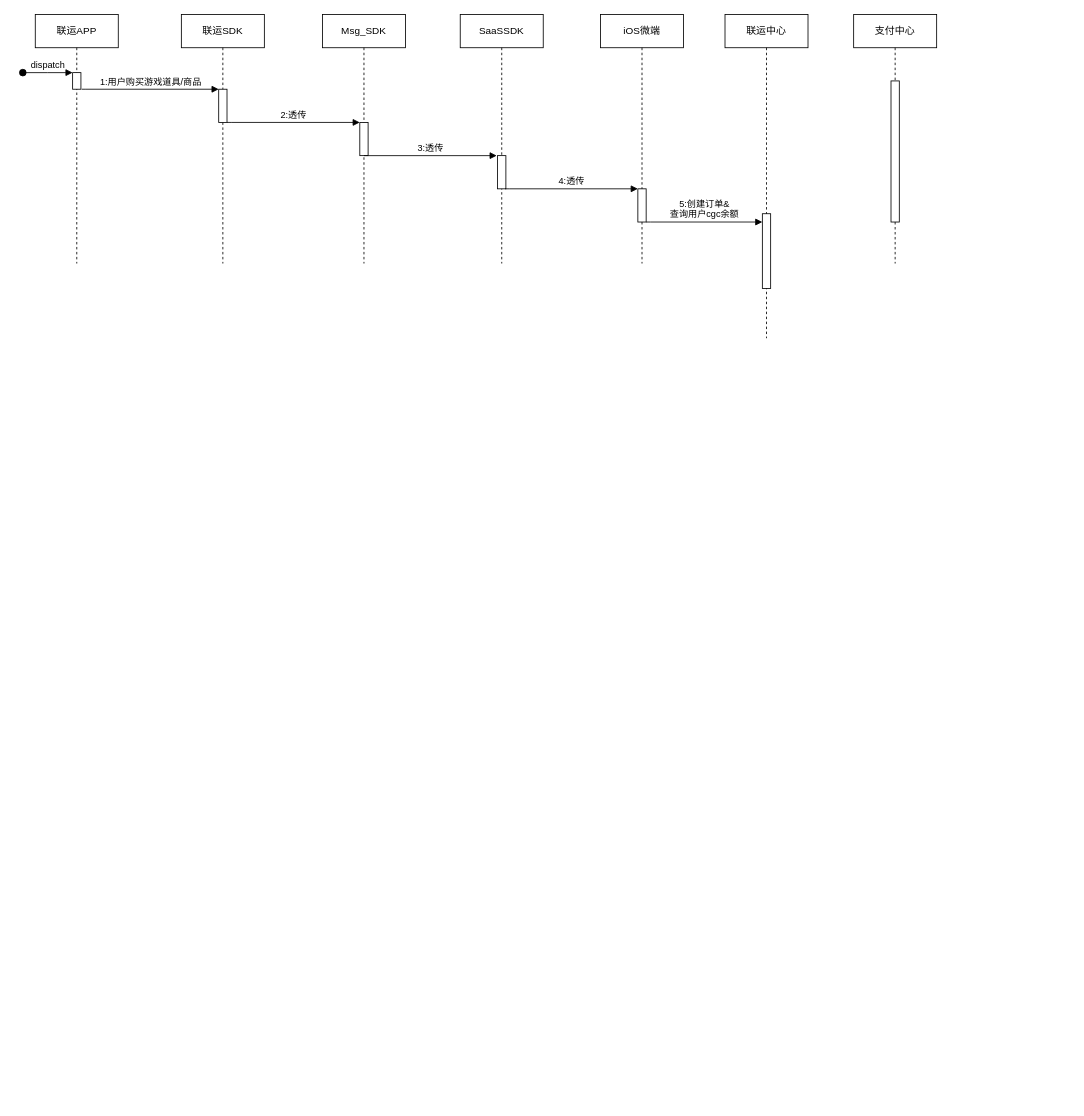
The draw.io diagram page "Page-1" (1 of 2) of 联运中心CGC支付方式.drawio in Garygu0519/drawideas, before the edit. Source tidied: cells renumbered, new cells numbered last; positions are measured from the earlier drawing's top-left corner, leaving out a move shared by most shapes. Both pictures are drawn from the tidied source at 83%, with x=0, y=0 at pixel (22, 14).
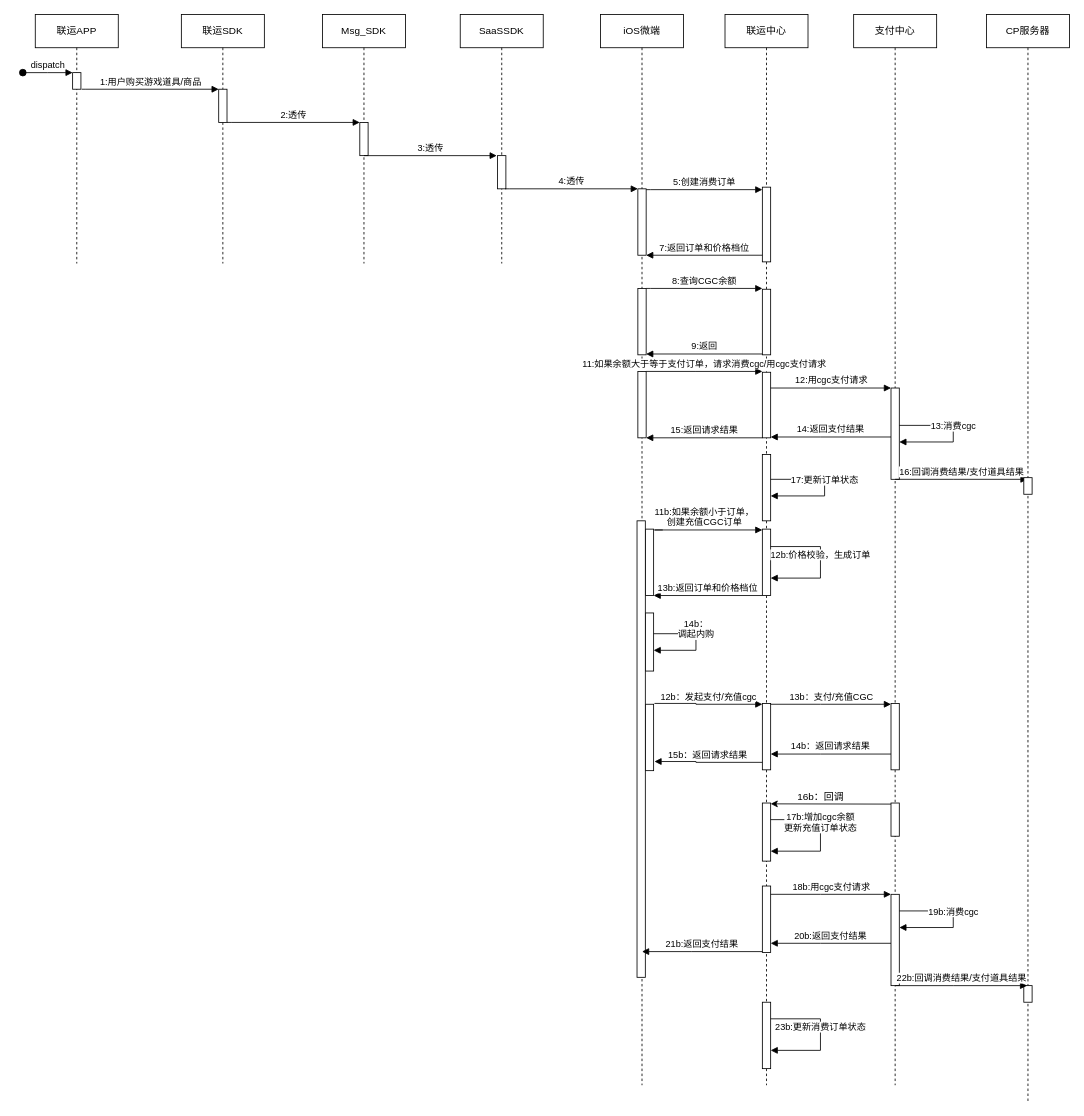
The same diagram, later.

Commit message:
更新联运中心CGC支付方式.drawio

Change to the diagram source:
```diff
@@
     <mxCell id="11" value="iOS微端" style="shape=umlLifeline;perimeter=lifelinePerimeter;whiteSpace=wrap;html=1;newEdgeStyle={&quot;edgeStyle&quot;:&quot;elbowEdgeStyle&quot;,&quot;elbow&quot;:&quot;vertical&quot;,&quot;curved&quot;:0,&quot;rounded&quot;:0};" parent="1" vertex="1">
-      <mxGeometry x="696" width="100" height="300" as="geometry" />
+      <mxGeometry x="696" width="100" height="1290" as="geometry" />
     </mxCell>
     <mxCell id="12" style="html=1;perimeter=orthogonalPerimeter;targetShapes=umlLifeline;newEdgeStyle={&quot;edgeStyle&quot;:&quot;elbowEdgeStyle&quot;,&quot;elbow&quot;:&quot;vertical&quot;,&quot;curved&quot;:0,&quot;rounded&quot;:0};" parent="11" vertex="1">
-      <mxGeometry x="45" y="210" width="10" height="40" as="geometry" />
+      <mxGeometry x="45" y="210" width="10" height="80" as="geometry" />
     </mxCell>
+    <mxCell id="22" style="html=1;perimeter=orthogonalPerimeter;targetShapes=umlLifeline;newEdgeStyle={&quot;edgeStyle&quot;:&quot;elbowEdgeStyle&quot;,&quot;elbow&quot;:&quot;vertical&quot;,&quot;curved&quot;:0,&quot;rounded&quot;:0};" parent="11" vertex="1">
+      <mxGeometry x="45" y="330" width="10" height="80" as="geometry" />
+    </mxCell>
+    <mxCell id="23" style="html=1;points=[];perimeter=orthogonalPerimeter;outlineConnect=0;targetShapes=umlLifeline;portConstraint=eastwest;newEdgeStyle={&quot;edgeStyle&quot;:&quot;elbowEdgeStyle&quot;,&quot;elbow&quot;:&quot;vertical&quot;,&quot;curved&quot;:0,&quot;rounded&quot;:0};" parent="11" vertex="1">
+      <mxGeometry x="45" y="430" width="10" height="80" as="geometry" />
+    </mxCell>
+    <mxCell id="24" style="html=1;points=[];perimeter=orthogonalPerimeter;outlineConnect=0;targetShapes=umlLifeline;portConstraint=eastwest;newEdgeStyle={&quot;edgeStyle&quot;:&quot;elbowEdgeStyle&quot;,&quot;elbow&quot;:&quot;vertical&quot;,&quot;curved&quot;:0,&quot;rounded&quot;:0};" parent="11" vertex="1">
+      <mxGeometry x="54" y="721" width="10" height="70" as="geometry" />
+    </mxCell>
+    <mxCell id="25" value="14b：&lt;div&gt;调起内购&lt;/div&gt;" style="html=1;verticalAlign=bottom;endArrow=block;edgeStyle=elbowEdgeStyle;elbow=horizontal;curved=0;rounded=0;" parent="11" edge="1" source="24" target="24">
+      <mxGeometry relative="1" as="geometry">
+        <Array as="points">
+          <mxPoint x="115" y="761" />
+        </Array>
+      </mxGeometry>
+    </mxCell>
+    <mxCell id="26" style="html=1;perimeter=orthogonalPerimeter;targetShapes=umlLifeline;newEdgeStyle={&quot;edgeStyle&quot;:&quot;elbowEdgeStyle&quot;,&quot;elbow&quot;:&quot;vertical&quot;,&quot;curved&quot;:0,&quot;rounded&quot;:0};" parent="11" vertex="1">
+      <mxGeometry x="54" y="831" width="10" height="80" as="geometry" />
+    </mxCell>
+    <mxCell id="27" style="html=1;points=[];perimeter=orthogonalPerimeter;outlineConnect=0;targetShapes=umlLifeline;portConstraint=eastwest;newEdgeStyle={&quot;edgeStyle&quot;:&quot;elbowEdgeStyle&quot;,&quot;elbow&quot;:&quot;vertical&quot;,&quot;curved&quot;:0,&quot;rounded&quot;:0};" parent="11" vertex="1">
+      <mxGeometry x="54" y="620" width="10" height="80" as="geometry" />
+    </mxCell>
+    <mxCell id="28" value="11b:如果余额小于订单，&lt;div&gt;创建充值CGC订单&lt;/div&gt;" style="html=1;verticalAlign=bottom;endArrow=block;edgeStyle=elbowEdgeStyle;elbow=horizontal;curved=0;rounded=0;" parent="11" edge="1">
+      <mxGeometry relative="1" as="geometry">
+        <mxPoint x="75" y="621" as="sourcePoint" />
+        <mxPoint x="195" y="621" as="targetPoint" />
+        <Array as="points">
+          <mxPoint x="65" y="621" />
+        </Array>
+      </mxGeometry>
+    </mxCell>
+    <mxCell id="29" value="13b:返回订单和价格档位" style="html=1;verticalAlign=bottom;endArrow=block;edgeStyle=elbowEdgeStyle;elbow=horizontal;curved=0;rounded=0;" parent="11" edge="1" target="27">
+      <mxGeometry relative="1" as="geometry">
+        <mxPoint x="195" y="700" as="sourcePoint" />
+        <Array as="points">
+          <mxPoint x="195" y="700" />
+        </Array>
+      </mxGeometry>
+    </mxCell>
+    <mxCell id="30" style="html=1;perimeter=orthogonalPerimeter;targetShapes=umlLifeline;newEdgeStyle={&quot;edgeStyle&quot;:&quot;elbowEdgeStyle&quot;,&quot;elbow&quot;:&quot;vertical&quot;,&quot;curved&quot;:0,&quot;rounded&quot;:0};" parent="11" vertex="1">
+      <mxGeometry x="44" y="610" width="10" height="550" as="geometry" />
+    </mxCell>
     <mxCell id="13" value="联运中心" style="shape=umlLifeline;perimeter=lifelinePerimeter;whiteSpace=wrap;html=1;newEdgeStyle={&quot;edgeStyle&quot;:&quot;elbowEdgeStyle&quot;,&quot;elbow&quot;:&quot;vertical&quot;,&quot;curved&quot;:0,&quot;rounded&quot;:0};" parent="1" vertex="1">
-      <mxGeometry x="846" width="100" height="390" as="geometry" />
+      <mxGeometry x="846" width="100" height="1290" as="geometry" />
     </mxCell>
-    <mxCell id="14" style="html=1;points=[];perimeter=orthogonalPerimeter;outlineConnect=0;targetShapes=umlLifeline;portConstraint=eastwest;newEdgeStyle={&quot;edgeStyle&quot;:&quot;elbowEdgeStyle&quot;,&quot;elbow&quot;:&quot;vertical&quot;,&quot;curved&quot;:0,&quot;rounded&quot;:0};" parent="13" vertex="1">
-      <mxGeometry x="45" y="240" width="10" height="90" as="geometry" />
-    </mxCell>
+    <mxCell id="31" style="html=1;perimeter=orthogonalPerimeter;targetShapes=umlLifeline;newEdgeStyle={&quot;edgeStyle&quot;:&quot;elbowEdgeStyle&quot;,&quot;elbow&quot;:&quot;vertical&quot;,&quot;curved&quot;:0,&quot;rounded&quot;:0};" parent="13" vertex="1">
+      <mxGeometry x="45" y="331" width="10" height="79" as="geometry" />
+    </mxCell>
+    <mxCell id="32" style="html=1;points=[];perimeter=orthogonalPerimeter;outlineConnect=0;targetShapes=umlLifeline;portConstraint=eastwest;newEdgeStyle={&quot;edgeStyle&quot;:&quot;elbowEdgeStyle&quot;,&quot;elbow&quot;:&quot;vertical&quot;,&quot;curved&quot;:0,&quot;rounded&quot;:0};" parent="13" vertex="1">
+      <mxGeometry x="45" y="431" width="10" height="79" as="geometry" />
+    </mxCell>
+    <mxCell id="33" style="html=1;points=[];perimeter=orthogonalPerimeter;outlineConnect=0;targetShapes=umlLifeline;portConstraint=eastwest;newEdgeStyle={&quot;edgeStyle&quot;:&quot;elbowEdgeStyle&quot;,&quot;elbow&quot;:&quot;vertical&quot;,&quot;curved&quot;:0,&quot;rounded&quot;:0};" parent="13" vertex="1">
+      <mxGeometry x="45" y="530" width="10" height="80" as="geometry" />
+    </mxCell>
+    <mxCell id="34" value="17:更新订单状态" style="html=1;verticalAlign=bottom;endArrow=block;edgeStyle=elbowEdgeStyle;elbow=horizontal;curved=0;rounded=0;" parent="13" edge="1" source="33" target="33">
+      <mxGeometry relative="1" as="geometry">
+        <Array as="points">
+          <mxPoint x="120" y="563" />
+        </Array>
+      </mxGeometry>
+    </mxCell>
+    <mxCell id="35" style="html=1;perimeter=orthogonalPerimeter;targetShapes=umlLifeline;newEdgeStyle={&quot;edgeStyle&quot;:&quot;elbowEdgeStyle&quot;,&quot;elbow&quot;:&quot;vertical&quot;,&quot;curved&quot;:0,&quot;rounded&quot;:0};" parent="13" vertex="1">
+      <mxGeometry x="45" y="830" width="10" height="80" as="geometry" />
+    </mxCell>
+    <mxCell id="36" style="html=1;perimeter=orthogonalPerimeter;targetShapes=umlLifeline;newEdgeStyle={&quot;edgeStyle&quot;:&quot;elbowEdgeStyle&quot;,&quot;elbow&quot;:&quot;vertical&quot;,&quot;curved&quot;:0,&quot;rounded&quot;:0};" parent="13" vertex="1">
+      <mxGeometry x="45" y="950" width="10" height="70" as="geometry" />
+    </mxCell>
+    <mxCell id="37" style="html=1;perimeter=orthogonalPerimeter;targetShapes=umlLifeline;newEdgeStyle={&quot;edgeStyle&quot;:&quot;elbowEdgeStyle&quot;,&quot;elbow&quot;:&quot;vertical&quot;,&quot;curved&quot;:0,&quot;rounded&quot;:0};" parent="13" vertex="1">
+      <mxGeometry x="45" y="208" width="10" height="90" as="geometry" />
+    </mxCell>
+    <mxCell id="38" style="html=1;perimeter=orthogonalPerimeter;targetShapes=umlLifeline;newEdgeStyle={&quot;edgeStyle&quot;:&quot;elbowEdgeStyle&quot;,&quot;elbow&quot;:&quot;vertical&quot;,&quot;curved&quot;:0,&quot;rounded&quot;:0};" parent="13" vertex="1">
+      <mxGeometry x="45" y="1050" width="10" height="80" as="geometry" />
+    </mxCell>
+    <mxCell id="39" style="html=1;perimeter=orthogonalPerimeter;targetShapes=umlLifeline;newEdgeStyle={&quot;edgeStyle&quot;:&quot;elbowEdgeStyle&quot;,&quot;elbow&quot;:&quot;vertical&quot;,&quot;curved&quot;:0,&quot;rounded&quot;:0};" parent="13" vertex="1">
+      <mxGeometry x="45" y="1190" width="10" height="80" as="geometry" />
+    </mxCell>
     <mxCell id="15" value="支付中心" style="shape=umlLifeline;perimeter=lifelinePerimeter;whiteSpace=wrap;html=1;newEdgeStyle={&quot;edgeStyle&quot;:&quot;elbowEdgeStyle&quot;,&quot;elbow&quot;:&quot;vertical&quot;,&quot;curved&quot;:0,&quot;rounded&quot;:0};" parent="1" vertex="1">
-      <mxGeometry x="1001" width="100" height="300" as="geometry" />
+      <mxGeometry x="1001" width="100" height="1290" as="geometry" />
     </mxCell>
     <mxCell id="16" style="html=1;points=[];perimeter=orthogonalPerimeter;outlineConnect=0;targetShapes=umlLifeline;portConstraint=eastwest;newEdgeStyle={&quot;edgeStyle&quot;:&quot;elbowEdgeStyle&quot;,&quot;elbow&quot;:&quot;vertical&quot;,&quot;curved&quot;:0,&quot;rounded&quot;:0};" parent="15" vertex="1">
-      <mxGeometry x="45" y="80" width="10" height="170" as="geometry" />
+      <mxGeometry x="45" y="450" width="10" height="110" as="geometry" />
     </mxCell>
+    <mxCell id="40" value="13:消费cgc" style="html=1;verticalAlign=bottom;endArrow=block;edgeStyle=elbowEdgeStyle;elbow=horizontal;curved=0;rounded=0;" parent="15" edge="1" source="16" target="16">
+      <mxGeometry relative="1" as="geometry">
+        <Array as="points">
+          <mxPoint x="120" y="498" />
+        </Array>
+      </mxGeometry>
+    </mxCell>
+    <mxCell id="41" style="html=1;perimeter=orthogonalPerimeter;targetShapes=umlLifeline;newEdgeStyle={&quot;edgeStyle&quot;:&quot;elbowEdgeStyle&quot;,&quot;elbow&quot;:&quot;vertical&quot;,&quot;curved&quot;:0,&quot;rounded&quot;:0};" parent="15" vertex="1">
+      <mxGeometry x="45" y="830" width="10" height="80" as="geometry" />
+    </mxCell>
+    <mxCell id="42" style="html=1;perimeter=orthogonalPerimeter;targetShapes=umlLifeline;newEdgeStyle={&quot;edgeStyle&quot;:&quot;elbowEdgeStyle&quot;,&quot;elbow&quot;:&quot;vertical&quot;,&quot;curved&quot;:0,&quot;rounded&quot;:0};" parent="15" vertex="1">
+      <mxGeometry x="45" y="950" width="10" height="40" as="geometry" />
+    </mxCell>
@@
-    <mxCell id="21" value="5:创建订单&amp;amp;&lt;div&gt;查询用户cgc余额&lt;/div&gt;" style="html=1;verticalAlign=bottom;endArrow=block;edgeStyle=elbowEdgeStyle;elbow=horizontal;curved=0;rounded=0;" parent="1" edge="1">
+    <mxCell id="21" value="5:创建消费订单" style="html=1;verticalAlign=bottom;endArrow=block;edgeStyle=elbowEdgeStyle;elbow=horizontal;curved=0;rounded=0;" parent="1" edge="1">
       <mxGeometry relative="1" as="geometry">
-        <mxPoint x="751" y="250" as="sourcePoint" />
-        <mxPoint x="891" y="250" as="targetPoint" />
+        <mxPoint x="751" y="211" as="sourcePoint" />
+        <mxPoint x="891" y="211" as="targetPoint" />
         <Array as="points">
-          <mxPoint x="756" y="250" />
+          <mxPoint x="756" y="211" />
         </Array>
       </mxGeometry>
     </mxCell>
+    <mxCell id="43" value="7:返回订单和价格档位" style="html=1;verticalAlign=bottom;endArrow=block;edgeStyle=elbowEdgeStyle;elbow=horizontal;curved=0;rounded=0;" parent="1" edge="1">
+      <mxGeometry relative="1" as="geometry">
+        <mxPoint x="891" y="290" as="sourcePoint" />
+        <mxPoint x="751" y="290" as="targetPoint" />
+        <Array as="points">
+          <mxPoint x="891" y="290" />
+        </Array>
+      </mxGeometry>
+    </mxCell>
+    <mxCell id="44" value="8:查询CGC余额" style="html=1;verticalAlign=bottom;endArrow=block;edgeStyle=elbowEdgeStyle;elbow=horizontal;curved=0;rounded=0;" parent="1" edge="1">
+      <mxGeometry relative="1" as="geometry">
+        <mxPoint x="751" y="330" as="sourcePoint" />
+        <mxPoint x="891" y="330" as="targetPoint" />
+        <Array as="points">
+          <mxPoint x="756" y="330" />
+        </Array>
+      </mxGeometry>
+    </mxCell>
+    <mxCell id="45" value="9:返回" style="html=1;verticalAlign=bottom;endArrow=block;edgeStyle=elbowEdgeStyle;elbow=horizontal;curved=0;rounded=0;" parent="1" edge="1">
+      <mxGeometry relative="1" as="geometry">
+        <mxPoint x="891" y="409" as="sourcePoint" />
+        <mxPoint x="751" y="409" as="targetPoint" />
+        <Array as="points">
+          <mxPoint x="756" y="409" />
+        </Array>
+      </mxGeometry>
+    </mxCell>
+    <mxCell id="46" value="11:如果余额大于等于支付订单，请求消费cgc/用cgc支付请求" style="html=1;verticalAlign=bottom;endArrow=block;edgeStyle=elbowEdgeStyle;elbow=horizontal;curved=0;rounded=0;" parent="1" edge="1">
+      <mxGeometry relative="1" as="geometry">
+        <mxPoint x="751" y="430" as="sourcePoint" />
+        <mxPoint x="891" y="430" as="targetPoint" />
+        <Array as="points">
+          <mxPoint x="811" y="430" />
+        </Array>
+      </mxGeometry>
+    </mxCell>
+    <mxCell id="47" value="12:用cgc支付请求" style="html=1;verticalAlign=bottom;endArrow=block;edgeStyle=elbowEdgeStyle;elbow=horizontal;curved=0;rounded=0;" parent="1" edge="1" target="16">
+      <mxGeometry relative="1" as="geometry">
+        <mxPoint x="901" y="450" as="sourcePoint" />
+        <Array as="points">
+          <mxPoint x="961" y="450" />
+        </Array>
+      </mxGeometry>
+    </mxCell>
+    <mxCell id="48" value="14:返回支付结果" style="html=1;verticalAlign=bottom;endArrow=block;edgeStyle=elbowEdgeStyle;elbow=horizontal;curved=0;rounded=0;" parent="1" edge="1">
+      <mxGeometry relative="1" as="geometry">
+        <mxPoint x="1046" y="509" as="sourcePoint" />
+        <mxPoint x="901" y="509" as="targetPoint" />
+        <Array as="points">
+          <mxPoint x="961" y="509" />
+        </Array>
+      </mxGeometry>
+    </mxCell>
+    <mxCell id="49" value="15:返回请求结果" style="html=1;verticalAlign=bottom;endArrow=block;edgeStyle=elbowEdgeStyle;elbow=horizontal;curved=0;rounded=0;" parent="1" edge="1" source="32" target="23">
+      <mxGeometry relative="1" as="geometry">
+        <Array as="points">
+          <mxPoint x="811" y="510" />
+        </Array>
+      </mxGeometry>
+    </mxCell>
+    <mxCell id="50" value="16:回调消费结果/支付道具结果" style="html=1;verticalAlign=bottom;endArrow=block;edgeStyle=elbowEdgeStyle;elbow=horizontal;curved=0;rounded=0;" parent="1" edge="1" target="51">
+      <mxGeometry relative="1" as="geometry">
+        <mxPoint x="1051" y="560" as="sourcePoint" />
+        <Array as="points">
+          <mxPoint x="1121" y="560" />
+        </Array>
+      </mxGeometry>
+    </mxCell>
+    <mxCell id="51" value="CP服务器" style="shape=umlLifeline;perimeter=lifelinePerimeter;whiteSpace=wrap;html=1;outlineConnect=0;portConstraint=eastwest;newEdgeStyle={&quot;edgeStyle&quot;:&quot;elbowEdgeStyle&quot;,&quot;elbow&quot;:&quot;vertical&quot;,&quot;curved&quot;:0,&quot;rounded&quot;:0};" parent="1" vertex="1">
+      <mxGeometry x="1161" width="100" height="1310" as="geometry" />
+    </mxCell>
+    <mxCell id="52" style="html=1;perimeter=orthogonalPerimeter;targetShapes=umlLifeline;newEdgeStyle={&quot;edgeStyle&quot;:&quot;elbowEdgeStyle&quot;,&quot;elbow&quot;:&quot;vertical&quot;,&quot;curved&quot;:0,&quot;rounded&quot;:0};" parent="51" vertex="1">
+      <mxGeometry x="45" y="558" width="10" height="20" as="geometry" />
+    </mxCell>
+    <mxCell id="53" style="html=1;perimeter=orthogonalPerimeter;targetShapes=umlLifeline;newEdgeStyle={&quot;edgeStyle&quot;:&quot;elbowEdgeStyle&quot;,&quot;elbow&quot;:&quot;vertical&quot;,&quot;curved&quot;:0,&quot;rounded&quot;:0};" parent="51" vertex="1">
+      <mxGeometry x="45" y="1170" width="10" height="20" as="geometry" />
+    </mxCell>
+    <mxCell id="54" value="12b：发起支付/充值cgc" style="html=1;verticalAlign=bottom;endArrow=block;edgeStyle=elbowEdgeStyle;elbow=horizontal;curved=0;rounded=0;" parent="1" edge="1">
+      <mxGeometry relative="1" as="geometry">
+        <mxPoint x="761" y="830" as="sourcePoint" />
+        <mxPoint x="891" y="831" as="targetPoint" />
+        <Array as="points">
+          <mxPoint x="811" y="831" />
+        </Array>
+      </mxGeometry>
+    </mxCell>
+    <mxCell id="55" value="13b：支付/充值CGC" style="html=1;verticalAlign=bottom;endArrow=block;edgeStyle=elbowEdgeStyle;elbow=horizontal;curved=0;rounded=0;" parent="1" edge="1">
+      <mxGeometry relative="1" as="geometry">
+        <mxPoint x="901" y="831" as="sourcePoint" />
+        <mxPoint x="1046" y="831" as="targetPoint" />
+        <Array as="points">
+          <mxPoint x="961" y="831" />
+        </Array>
+      </mxGeometry>
+    </mxCell>
+    <mxCell id="56" value="14b：返回请求结果" style="html=1;verticalAlign=bottom;endArrow=block;edgeStyle=elbowEdgeStyle;elbow=horizontal;curved=0;rounded=0;" parent="1" edge="1">
+      <mxGeometry relative="1" as="geometry">
+        <mxPoint x="1046" y="891" as="sourcePoint" />
+        <mxPoint x="901" y="891" as="targetPoint" />
+        <Array as="points">
+          <mxPoint x="961" y="891" />
+        </Array>
+      </mxGeometry>
+    </mxCell>
+    <mxCell id="57" value="15b：返回请求结果" style="html=1;verticalAlign=bottom;endArrow=block;edgeStyle=elbowEdgeStyle;elbow=horizontal;curved=0;rounded=0;" parent="1" edge="1">
+      <mxGeometry relative="1" as="geometry">
+        <mxPoint x="891" y="901" as="sourcePoint" />
+        <mxPoint x="761" y="900" as="targetPoint" />
+        <Array as="points">
+          <mxPoint x="811" y="901" />
+        </Array>
+      </mxGeometry>
+    </mxCell>
+    <mxCell id="14" style="html=1;points=[];perimeter=orthogonalPerimeter;outlineConnect=0;targetShapes=umlLifeline;portConstraint=eastwest;newEdgeStyle={&quot;edgeStyle&quot;:&quot;elbowEdgeStyle&quot;,&quot;elbow&quot;:&quot;vertical&quot;,&quot;curved&quot;:0,&quot;rounded&quot;:0};" parent="1" vertex="1">
+      <mxGeometry x="891" y="620" width="10" height="80" as="geometry" />
+    </mxCell>
+    <mxCell id="58" value="12b:价格校验，生成订单" style="html=1;verticalAlign=bottom;endArrow=block;edgeStyle=elbowEdgeStyle;elbow=horizontal;curved=0;rounded=0;" parent="1" edge="1" source="14" target="14">
+      <mxGeometry relative="1" as="geometry">
+        <Array as="points">
+          <mxPoint x="961" y="679" />
+        </Array>
+      </mxGeometry>
+    </mxCell>
+    <mxCell id="59" style="edgeStyle=elbowEdgeStyle;rounded=0;orthogonalLoop=1;jettySize=auto;html=1;elbow=vertical;curved=0;" parent="1" edge="1">
+      <mxGeometry relative="1" as="geometry">
+        <mxPoint x="1046" y="951.3" as="sourcePoint" />
+        <mxPoint x="901" y="951.3" as="targetPoint" />
+      </mxGeometry>
+    </mxCell>
+    <mxCell id="60" value="16b：回调" style="text;html=1;align=center;verticalAlign=middle;strokeColor=none;fillColor=none;" parent="1" vertex="1">
+      <mxGeometry x="921" y="928" width="80" height="30" as="geometry" />
+    </mxCell>
+    <mxCell id="61" value="17b:增加cgc余额&lt;div&gt;更新充值订单状态&lt;/div&gt;" style="html=1;verticalAlign=bottom;endArrow=block;edgeStyle=elbowEdgeStyle;elbow=horizontal;curved=0;rounded=0;" parent="1" edge="1">
+      <mxGeometry relative="1" as="geometry">
+        <mxPoint x="901" y="970" as="sourcePoint" />
+        <mxPoint x="901" y="1008" as="targetPoint" />
+        <Array as="points">
+          <mxPoint x="961" y="1008" />
+        </Array>
+      </mxGeometry>
+    </mxCell>
+    <mxCell id="62" style="html=1;points=[];perimeter=orthogonalPerimeter;outlineConnect=0;targetShapes=umlLifeline;portConstraint=eastwest;newEdgeStyle={&quot;edgeStyle&quot;:&quot;elbowEdgeStyle&quot;,&quot;elbow&quot;:&quot;vertical&quot;,&quot;curved&quot;:0,&quot;rounded&quot;:0};" parent="1" vertex="1">
+      <mxGeometry x="1046" y="1060" width="10" height="110" as="geometry" />
+    </mxCell>
+    <mxCell id="63" value="18b:用cgc支付请求" style="html=1;verticalAlign=bottom;endArrow=block;edgeStyle=elbowEdgeStyle;elbow=horizontal;curved=0;rounded=0;" parent="1" edge="1" target="62">
+      <mxGeometry relative="1" as="geometry">
+        <mxPoint x="901" y="1060" as="sourcePoint" />
+        <Array as="points">
+          <mxPoint x="961" y="1060" />
+        </Array>
+      </mxGeometry>
+    </mxCell>
+    <mxCell id="64" value="20b:返回支付结果" style="html=1;verticalAlign=bottom;endArrow=block;edgeStyle=elbowEdgeStyle;elbow=vertical;curved=0;rounded=0;" parent="1" edge="1">
+      <mxGeometry relative="1" as="geometry">
+        <mxPoint x="1046" y="1119" as="sourcePoint" />
+        <mxPoint x="901" y="1119" as="targetPoint" />
+        <Array as="points">
+          <mxPoint x="961" y="1119" />
+        </Array>
+      </mxGeometry>
+    </mxCell>
+    <mxCell id="65" value="22b:回调消费结果/支付道具结果" style="html=1;verticalAlign=bottom;endArrow=block;edgeStyle=elbowEdgeStyle;elbow=horizontal;curved=0;rounded=0;" parent="1" edge="1">
+      <mxGeometry relative="1" as="geometry">
+        <mxPoint x="1051" y="1170" as="sourcePoint" />
+        <mxPoint x="1210" y="1170" as="targetPoint" />
+        <Array as="points">
+          <mxPoint x="1121" y="1170" />
+        </Array>
+      </mxGeometry>
+    </mxCell>
+    <mxCell id="66" value="19b:消费cgc" style="html=1;verticalAlign=bottom;endArrow=block;edgeStyle=elbowEdgeStyle;elbow=horizontal;curved=0;rounded=0;" parent="1" edge="1">
+      <mxGeometry relative="1" as="geometry">
+        <mxPoint x="1056" y="1080" as="sourcePoint" />
+        <mxPoint x="1056" y="1100" as="targetPoint" />
+        <Array as="points">
+          <mxPoint x="1121" y="1083" />
+        </Array>
+      </mxGeometry>
+    </mxCell>
+    <mxCell id="67" value="21b:返回支付结果" style="html=1;verticalAlign=bottom;endArrow=block;edgeStyle=elbowEdgeStyle;elbow=vertical;curved=0;rounded=0;" parent="1" edge="1">
+      <mxGeometry relative="1" as="geometry">
+        <mxPoint x="891" y="1129" as="sourcePoint" />
+        <mxPoint x="746" y="1129" as="targetPoint" />
+        <Array as="points">
+          <mxPoint x="806" y="1129" />
+        </Array>
+      </mxGeometry>
+    </mxCell>
+    <mxCell id="68" value="23b:更新消费订单状态" style="html=1;verticalAlign=bottom;endArrow=block;edgeStyle=elbowEdgeStyle;elbow=horizontal;curved=0;rounded=0;" parent="1" edge="1">
+      <mxGeometry relative="1" as="geometry">
+        <mxPoint x="901" y="1210" as="sourcePoint" />
+        <mxPoint x="901" y="1248" as="targetPoint" />
+        <Array as="points">
+          <mxPoint x="961" y="1248" />
+        </Array>
+      </mxGeometry>
+    </mxCell>
```
